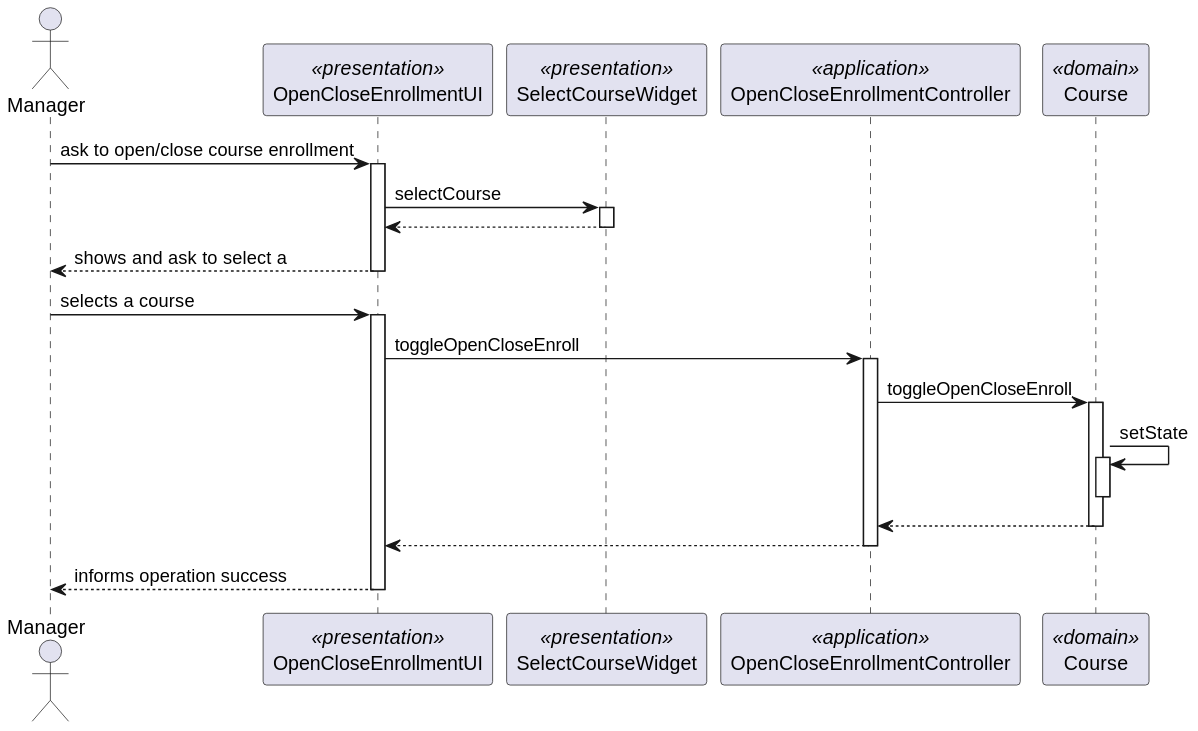
This is docs/us_1003/OpenCloseEnrollment_SD.svg from pedrocmesquita/eCourse, a PlantUML export, as it was before one commit.
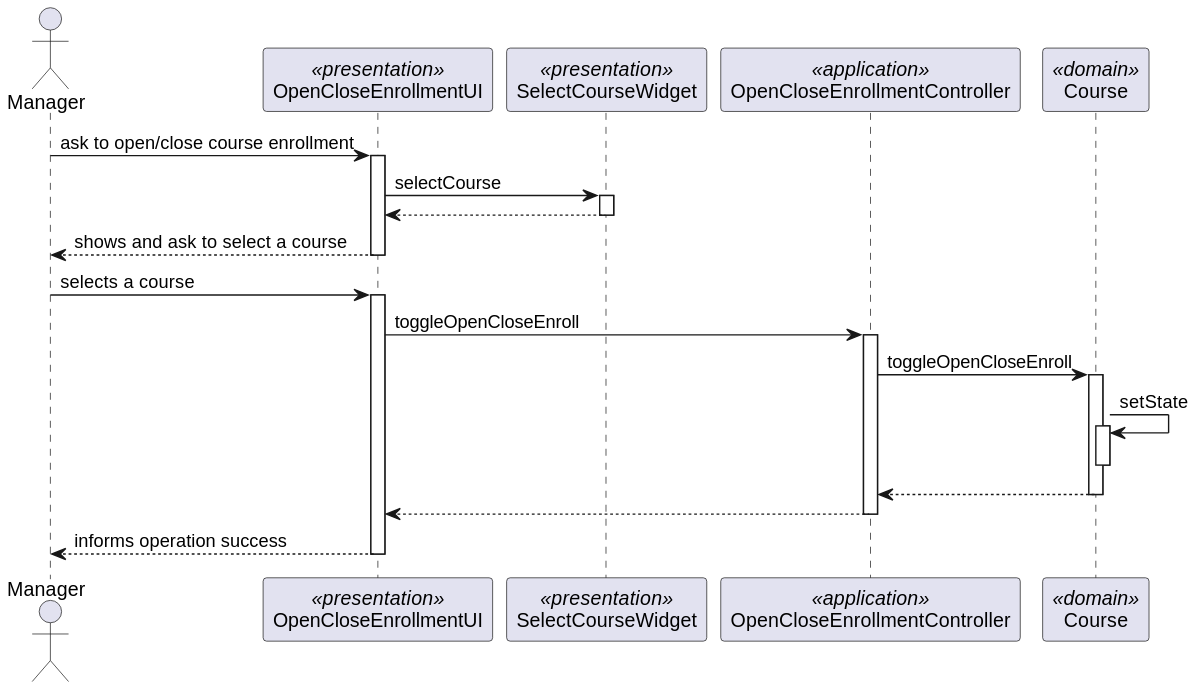
After the change.

Commit message:
#3 Added system diagram and demonstration to documentation, improved UI and fix toggle from enroll to open

Change to the diagram source:
```diff
@@ -11,7 +11,7 @@
 activate SelectCourseWidget
 SelectCourseWidget --> OpenCloseEnrollmentUI
 deactivate SelectCourseWidget
-OpenCloseEnrollmentUI --> Actor : shows and ask to select a
+OpenCloseEnrollmentUI --> Actor : shows and ask to select a course
 deactivate OpenCloseEnrollmentUI
 Actor -> OpenCloseEnrollmentUI : selects a course
 activate OpenCloseEnrollmentUI
```
